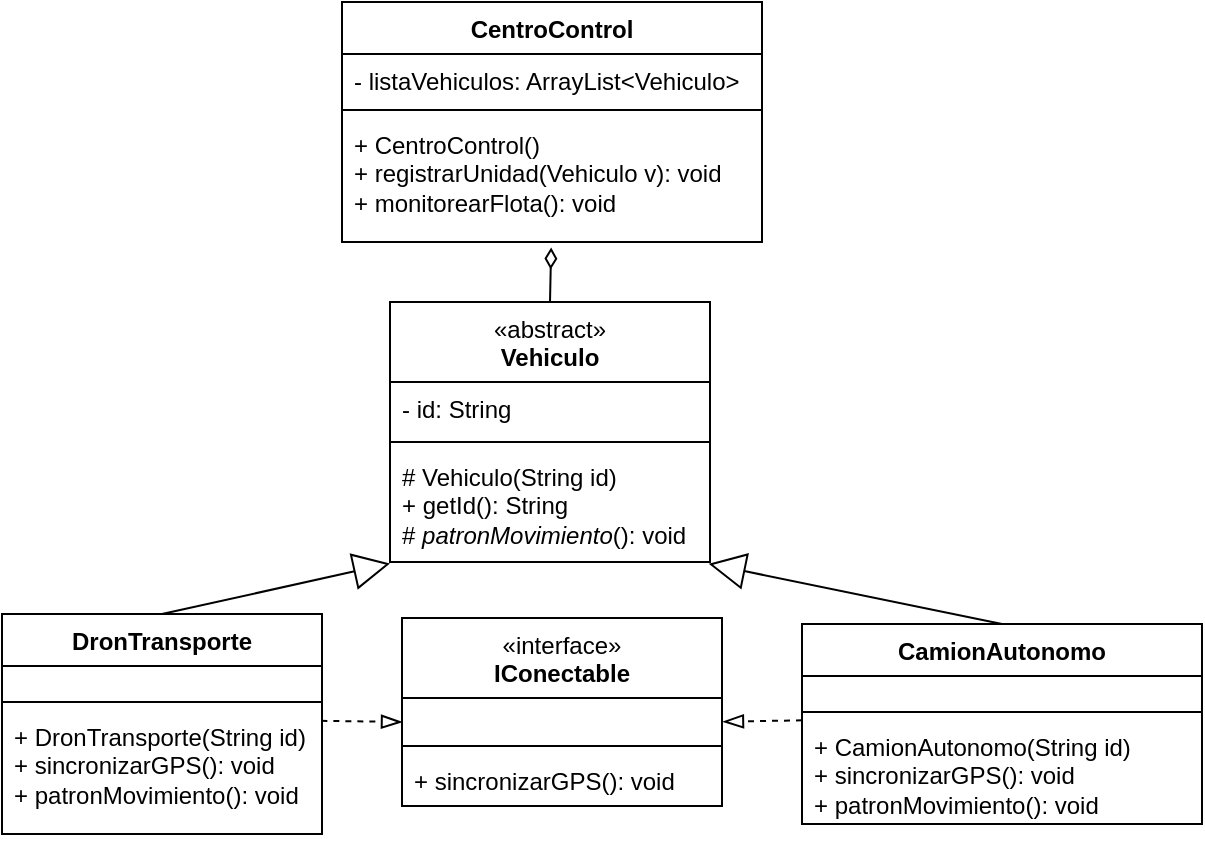
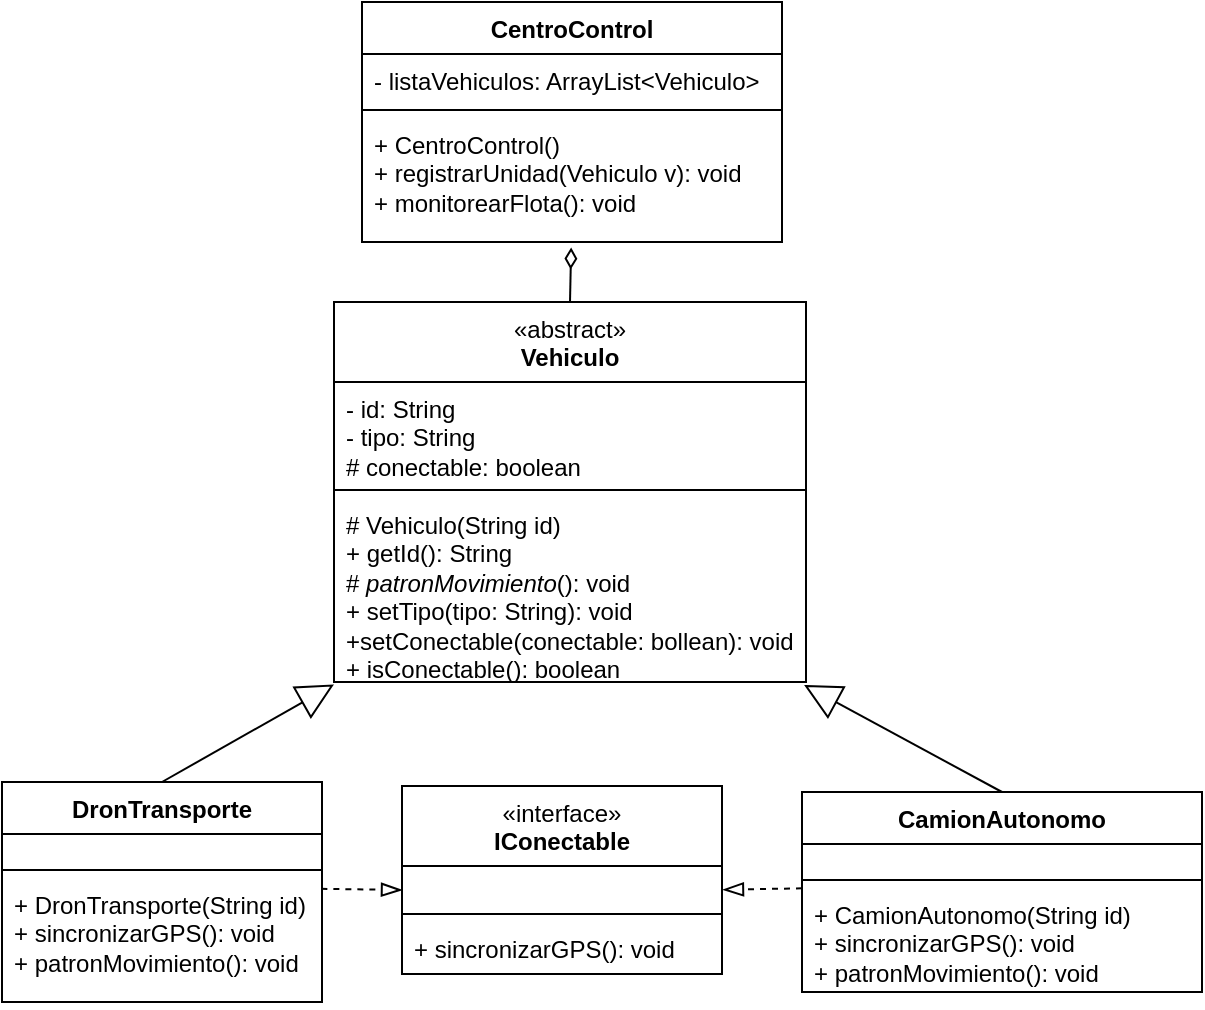
<mxfile host="app.diagrams.net">
  <diagram name="Página-1" id="Gx-6Sk3iEYZY395NJ4nk">
-     <mxGraphModel dx="1209" dy="454" grid="1" gridSize="10" guides="1" tooltips="1" connect="1" arrows="1" fold="1" page="1" pageScale="1" pageWidth="827" pageHeight="1169" math="0" shadow="0">
+     <mxGraphModel dx="852" dy="648" grid="1" gridSize="10" guides="1" tooltips="1" connect="1" arrows="1" fold="1" page="1" pageScale="1" pageWidth="827" pageHeight="1169" math="0" shadow="0">
      <root>
        <mxCell id="0" />
        <mxCell id="1" parent="0" />
        <mxCell id="bkj872Oz4KbGmm8OL5di-1" parent="1" style="swimlane;fontStyle=1;align=center;verticalAlign=top;childLayout=stackLayout;horizontal=1;startSize=40;horizontalStack=0;resizeParent=1;resizeParentMax=0;resizeLast=0;collapsible=1;marginBottom=0;whiteSpace=wrap;html=1;" value="&lt;div&gt;&lt;span style=&quot;font-weight: 400;&quot;&gt;«abstract»&lt;/span&gt;&lt;br style=&quot;font-weight: 400;&quot;&gt;&lt;/div&gt;Vehiculo" vertex="1">
-           <mxGeometry height="130" width="160" x="334" y="180" as="geometry">
+           <mxGeometry height="190" width="236" x="296" y="180" as="geometry">
            <mxRectangle height="40" width="100" x="335" y="170" as="alternateBounds" />
          </mxGeometry>
        </mxCell>
-         <mxCell id="bkj872Oz4KbGmm8OL5di-2" parent="bkj872Oz4KbGmm8OL5di-1" style="text;strokeColor=none;fillColor=none;align=left;verticalAlign=top;spacingLeft=4;spacingRight=4;overflow=hidden;rotatable=0;points=[[0,0.5],[1,0.5]];portConstraint=eastwest;whiteSpace=wrap;html=1;" value="- id: String" vertex="1">
-           <mxGeometry height="26" width="160" y="40" as="geometry" />
+         <mxCell id="bkj872Oz4KbGmm8OL5di-2" parent="bkj872Oz4KbGmm8OL5di-1" style="text;strokeColor=none;fillColor=none;align=left;verticalAlign=top;spacingLeft=4;spacingRight=4;overflow=hidden;rotatable=0;points=[[0,0.5],[1,0.5]];portConstraint=eastwest;whiteSpace=wrap;html=1;" value="- id: String&lt;div&gt;- tipo: String&lt;/div&gt;&lt;div&gt;# conectable: boolean&lt;/div&gt;" vertex="1">
+           <mxGeometry height="50" width="236" y="40" as="geometry" />
        </mxCell>
        <mxCell id="bkj872Oz4KbGmm8OL5di-3" parent="bkj872Oz4KbGmm8OL5di-1" style="line;strokeWidth=1;fillColor=none;align=left;verticalAlign=middle;spacingTop=-1;spacingLeft=3;spacingRight=3;rotatable=0;labelPosition=right;points=[];portConstraint=eastwest;strokeColor=inherit;" value="" vertex="1">
-           <mxGeometry height="8" width="160" y="66" as="geometry" />
+           <mxGeometry height="8" width="236" y="90" as="geometry" />
        </mxCell>
-         <mxCell id="bkj872Oz4KbGmm8OL5di-4" parent="bkj872Oz4KbGmm8OL5di-1" style="text;strokeColor=none;fillColor=none;align=left;verticalAlign=top;spacingLeft=4;spacingRight=4;overflow=hidden;rotatable=0;points=[[0,0.5],[1,0.5]];portConstraint=eastwest;whiteSpace=wrap;html=1;" value="&lt;div&gt;# Vehiculo(String id)&lt;/div&gt;+ getId(): String&lt;div&gt;# &lt;i&gt;patronMovimiento&lt;/i&gt;(): void&lt;/div&gt;" vertex="1">
-           <mxGeometry height="56" width="160" y="74" as="geometry" />
+         <mxCell id="bkj872Oz4KbGmm8OL5di-4" parent="bkj872Oz4KbGmm8OL5di-1" style="text;strokeColor=none;fillColor=none;align=left;verticalAlign=top;spacingLeft=4;spacingRight=4;overflow=hidden;rotatable=0;points=[[0,0.5],[1,0.5]];portConstraint=eastwest;whiteSpace=wrap;html=1;" value="&lt;div&gt;# Vehiculo(String id)&lt;/div&gt;+ getId(): String&lt;div&gt;# &lt;i&gt;patronMovimiento&lt;/i&gt;(): void&lt;/div&gt;&lt;div&gt;+ setTipo(tipo: String): void&lt;/div&gt;&lt;div&gt;+setConectable(conectable: bollean): void&lt;/div&gt;&lt;div&gt;+ isConectable(): boolean&lt;/div&gt;" vertex="1">
+           <mxGeometry height="92" width="236" y="98" as="geometry" />
        </mxCell>
        <mxCell id="bkj872Oz4KbGmm8OL5di-6" parent="1" style="swimlane;fontStyle=1;align=center;verticalAlign=top;childLayout=stackLayout;horizontal=1;startSize=40;horizontalStack=0;resizeParent=1;resizeParentMax=0;resizeLast=0;collapsible=1;marginBottom=0;whiteSpace=wrap;html=1;" value="&lt;span style=&quot;font-weight: 400;&quot;&gt;«interface»&lt;/span&gt;&lt;br style=&quot;font-weight: 400;&quot;&gt;&lt;b&gt;IConectable&lt;/b&gt;" vertex="1">
-           <mxGeometry height="94" width="160" x="340" y="338" as="geometry">
+           <mxGeometry height="94" width="160" x="330" y="422" as="geometry">
            <mxRectangle height="40" width="100" x="340" y="338" as="alternateBounds" />
          </mxGeometry>
        </mxCell>
        <mxCell id="bkj872Oz4KbGmm8OL5di-7" parent="bkj872Oz4KbGmm8OL5di-6" style="text;strokeColor=none;fillColor=none;align=left;verticalAlign=top;spacingLeft=4;spacingRight=4;overflow=hidden;rotatable=0;points=[[0,0.5],[1,0.5]];portConstraint=eastwest;whiteSpace=wrap;html=1;" value="&lt;div&gt;&lt;br&gt;&lt;/div&gt;&lt;div&gt;&lt;br&gt;&lt;/div&gt;" vertex="1">
          <mxGeometry height="20" width="160" y="40" as="geometry" />
        </mxCell>
        <mxCell id="bkj872Oz4KbGmm8OL5di-8" parent="bkj872Oz4KbGmm8OL5di-6" style="line;strokeWidth=1;fillColor=none;align=left;verticalAlign=middle;spacingTop=-1;spacingLeft=3;spacingRight=3;rotatable=0;labelPosition=right;points=[];portConstraint=eastwest;strokeColor=inherit;" value="" vertex="1">
          <mxGeometry height="8" width="160" y="60" as="geometry" />
        </mxCell>
        <mxCell id="bkj872Oz4KbGmm8OL5di-9" parent="bkj872Oz4KbGmm8OL5di-6" style="text;strokeColor=none;fillColor=none;align=left;verticalAlign=top;spacingLeft=4;spacingRight=4;overflow=hidden;rotatable=0;points=[[0,0.5],[1,0.5]];portConstraint=eastwest;whiteSpace=wrap;html=1;" value="+ sincronizarGPS(): void" vertex="1">
          <mxGeometry height="26" width="160" y="68" as="geometry" />
        </mxCell>
        <mxCell id="bkj872Oz4KbGmm8OL5di-11" parent="1" style="swimlane;fontStyle=1;align=center;verticalAlign=top;childLayout=stackLayout;horizontal=1;startSize=26;horizontalStack=0;resizeParent=1;resizeParentMax=0;resizeLast=0;collapsible=1;marginBottom=0;whiteSpace=wrap;html=1;" value="DronTransporte" vertex="1">
-           <mxGeometry height="110" width="160" x="140" y="336" as="geometry" />
+           <mxGeometry height="110" width="160" x="130" y="420" as="geometry" />
        </mxCell>
        <mxCell id="bkj872Oz4KbGmm8OL5di-12" parent="bkj872Oz4KbGmm8OL5di-11" style="text;strokeColor=none;fillColor=none;align=left;verticalAlign=top;spacingLeft=4;spacingRight=4;overflow=hidden;rotatable=0;points=[[0,0.5],[1,0.5]];portConstraint=eastwest;whiteSpace=wrap;html=1;" value="&lt;span style=&quot;color: rgba(0, 0, 0, 0); font-family: monospace; font-size: 0px; white-space: nowrap;&quot;&gt;%3CmxGraphModel%3E%3Croot%3E%3CmxCell%20id%3D%220%22%2F%3E%3CmxCell%20id%3D%221%22%20parent%3D%220%22%2F%3E%3CmxCell%20id%3D%222%22%20parent%3D%221%22%20style%3D%22text%3BstrokeColor%3Dnone%3BfillColor%3Dnone%3Balign%3Dleft%3BverticalAlign%3Dtop%3BspacingLeft%3D4%3BspacingRight%3D4%3Boverflow%3Dhidden%3Brotatable%3D0%3Bpoints%3D%5B%5B0%2C0.5%5D%2C%5B1%2C0.5%5D%5D%3BportConstraint%3Deastwest%3BwhiteSpace%3Dwrap%3Bhtml%3D1%3B%22%20value%3D%22%26lt%3Bdiv%26gt%3B%26lt%3Bbr%26gt%3B%26lt%3B%2Fdiv%26gt%3B%26lt%3Bdiv%26gt%3B%26lt%3Bbr%26gt%3B%26lt%3B%2Fdiv%26gt%3B%22%20vertex%3D%221%22%3E%3CmxGeometry%20height%3D%2220%22%20width%3D%22160%22%20x%3D%22340%22%20y%3D%22378%22%20as%3D%22geometry%22%2F%3E%3C%2FmxCell%3E%3C%2Froot%3E%3C%2FmxGraphModel%3E&lt;/span&gt;&lt;div&gt;&lt;span style=&quot;color: rgba(0, 0, 0, 0); font-family: monospace; font-size: 0px; white-space: nowrap;&quot;&gt;&lt;br&gt;&lt;/span&gt;&lt;/div&gt;" vertex="1">
          <mxGeometry height="14" width="160" y="26" as="geometry" />
        </mxCell>
        <mxCell id="bkj872Oz4KbGmm8OL5di-13" parent="bkj872Oz4KbGmm8OL5di-11" style="line;strokeWidth=1;fillColor=none;align=left;verticalAlign=middle;spacingTop=-1;spacingLeft=3;spacingRight=3;rotatable=0;labelPosition=right;points=[];portConstraint=eastwest;strokeColor=inherit;" value="" vertex="1">
          <mxGeometry height="8" width="160" y="40" as="geometry" />
        </mxCell>
        <mxCell id="bkj872Oz4KbGmm8OL5di-14" parent="bkj872Oz4KbGmm8OL5di-11" style="text;strokeColor=none;fillColor=none;align=left;verticalAlign=top;spacingLeft=4;spacingRight=4;overflow=hidden;rotatable=0;points=[[0,0.5],[1,0.5]];portConstraint=eastwest;whiteSpace=wrap;html=1;" value="+ DronTransporte(String id)&lt;div&gt;&lt;div&gt;+ sincronizarGPS(): void&lt;/div&gt;&lt;/div&gt;&lt;div&gt;+&amp;nbsp;patronMovimiento(): void&lt;/div&gt;" vertex="1">
          <mxGeometry height="62" width="160" y="48" as="geometry" />
        </mxCell>
        <mxCell id="bkj872Oz4KbGmm8OL5di-16" edge="1" parent="1" source="bkj872Oz4KbGmm8OL5di-11" style="endArrow=block;endSize=16;endFill=0;html=1;rounded=0;entryX=0;entryY=1.013;entryDx=0;entryDy=0;entryPerimeter=0;exitX=0.5;exitY=0;exitDx=0;exitDy=0;" target="bkj872Oz4KbGmm8OL5di-4" value="">
          <mxGeometry relative="1" width="160" as="geometry">
            <mxPoint x="330" y="360" as="sourcePoint" />
            <mxPoint x="490" y="360" as="targetPoint" />
          </mxGeometry>
        </mxCell>
        <mxCell id="y_XMCYgOpmnqqYBFIQhc-5" parent="1" style="swimlane;fontStyle=1;align=center;verticalAlign=top;childLayout=stackLayout;horizontal=1;startSize=26;horizontalStack=0;resizeParent=1;resizeParentMax=0;resizeLast=0;collapsible=1;marginBottom=0;whiteSpace=wrap;html=1;" value="CentroControl" vertex="1">
          <mxGeometry height="120" width="210" x="310" y="30" as="geometry" />
        </mxCell>
        <mxCell id="y_XMCYgOpmnqqYBFIQhc-6" parent="y_XMCYgOpmnqqYBFIQhc-5" style="text;strokeColor=none;fillColor=none;align=left;verticalAlign=top;spacingLeft=4;spacingRight=4;overflow=hidden;rotatable=0;points=[[0,0.5],[1,0.5]];portConstraint=eastwest;whiteSpace=wrap;html=1;" value="- listaVehiculos: ArrayList&amp;lt;Vehiculo&amp;gt;" vertex="1">
          <mxGeometry height="24" width="210" y="26" as="geometry" />
        </mxCell>
        <mxCell id="y_XMCYgOpmnqqYBFIQhc-7" parent="y_XMCYgOpmnqqYBFIQhc-5" style="line;strokeWidth=1;fillColor=none;align=left;verticalAlign=middle;spacingTop=-1;spacingLeft=3;spacingRight=3;rotatable=0;labelPosition=right;points=[];portConstraint=eastwest;strokeColor=inherit;" value="" vertex="1">
          <mxGeometry height="8" width="210" y="50" as="geometry" />
        </mxCell>
        <mxCell id="y_XMCYgOpmnqqYBFIQhc-8" parent="y_XMCYgOpmnqqYBFIQhc-5" style="text;strokeColor=none;fillColor=none;align=left;verticalAlign=top;spacingLeft=4;spacingRight=4;overflow=hidden;rotatable=0;points=[[0,0.5],[1,0.5]];portConstraint=eastwest;whiteSpace=wrap;html=1;" value="&lt;div&gt;+ CentroControl()&lt;/div&gt;+ registrarUnidad(Vehiculo v): void&lt;div&gt;+ monitorearFlota(): void&lt;/div&gt;" vertex="1">
          <mxGeometry height="62" width="210" y="58" as="geometry" />
        </mxCell>
        <mxCell id="y_XMCYgOpmnqqYBFIQhc-15" edge="1" parent="1" source="y_XMCYgOpmnqqYBFIQhc-8" style="endArrow=none;startArrow=diamondThin;endFill=0;startFill=0;html=1;verticalAlign=bottom;labelBackgroundColor=none;strokeWidth=1;startSize=8;endSize=8;rounded=0;entryX=0.5;entryY=0;entryDx=0;entryDy=0;exitX=0.498;exitY=1.045;exitDx=0;exitDy=0;exitPerimeter=0;" target="bkj872Oz4KbGmm8OL5di-1" value="">
          <mxGeometry relative="1" width="160" as="geometry">
            <mxPoint x="535" y="170" as="sourcePoint" />
            <mxPoint x="755" y="200" as="targetPoint" />
          </mxGeometry>
        </mxCell>
        <mxCell id="y_XMCYgOpmnqqYBFIQhc-27" parent="1" style="swimlane;fontStyle=1;align=center;verticalAlign=top;childLayout=stackLayout;horizontal=1;startSize=26;horizontalStack=0;resizeParent=1;resizeParentMax=0;resizeLast=0;collapsible=1;marginBottom=0;whiteSpace=wrap;html=1;" value="CamionAutonomo" vertex="1">
-           <mxGeometry height="100" width="200" x="540" y="341" as="geometry" />
+           <mxGeometry height="100" width="200" x="530" y="425" as="geometry" />
        </mxCell>
        <mxCell id="y_XMCYgOpmnqqYBFIQhc-28" parent="y_XMCYgOpmnqqYBFIQhc-27" style="text;strokeColor=none;fillColor=none;align=left;verticalAlign=top;spacingLeft=4;spacingRight=4;overflow=hidden;rotatable=0;points=[[0,0.5],[1,0.5]];portConstraint=eastwest;whiteSpace=wrap;html=1;" value="&lt;span style=&quot;color: rgba(0, 0, 0, 0); font-family: monospace; font-size: 0px; white-space: nowrap;&quot;&gt;%3CmxGraphModel%3E%3Croot%3E%3CmxCell%20id%3D%220%22%2F%3E%3CmxCell%20id%3D%221%22%20parent%3D%220%22%2F%3E%3CmxCell%20id%3D%222%22%20parent%3D%221%22%20style%3D%22text%3BstrokeColor%3Dnone%3BfillColor%3Dnone%3Balign%3Dleft%3BverticalAlign%3Dtop%3BspacingLeft%3D4%3BspacingRight%3D4%3Boverflow%3Dhidden%3Brotatable%3D0%3Bpoints%3D%5B%5B0%2C0.5%5D%2C%5B1%2C0.5%5D%5D%3BportConstraint%3Deastwest%3BwhiteSpace%3Dwrap%3Bhtml%3D1%3B%22%20value%3D%22%26lt%3Bdiv%26gt%3B%26lt%3Bbr%26gt%3B%26lt%3B%2Fdiv%26gt%3B%26lt%3Bdiv%26gt%3B%26lt%3Bbr%26gt%3B%26lt%3B%2Fdiv%26gt%3B%22%20vertex%3D%221%22%3E%3CmxGeometry%20height%3D%2220%22%20width%3D%22160%22%20x%3D%22340%22%20y%3D%22378%22%20as%3D%22geometry%22%2F%3E%3C%2FmxCell%3E%3C%2Froot%3E%3C%2FmxGraphModel%3E&lt;/span&gt;" vertex="1">
          <mxGeometry height="14" width="200" y="26" as="geometry" />
        </mxCell>
        <mxCell id="y_XMCYgOpmnqqYBFIQhc-29" parent="y_XMCYgOpmnqqYBFIQhc-27" style="line;strokeWidth=1;fillColor=none;align=left;verticalAlign=middle;spacingTop=-1;spacingLeft=3;spacingRight=3;rotatable=0;labelPosition=right;points=[];portConstraint=eastwest;strokeColor=inherit;" value="" vertex="1">
          <mxGeometry height="8" width="200" y="40" as="geometry" />
        </mxCell>
        <mxCell id="y_XMCYgOpmnqqYBFIQhc-30" parent="y_XMCYgOpmnqqYBFIQhc-27" style="text;strokeColor=none;fillColor=none;align=left;verticalAlign=top;spacingLeft=4;spacingRight=4;overflow=hidden;rotatable=0;points=[[0,0.5],[1,0.5]];portConstraint=eastwest;whiteSpace=wrap;html=1;" value="+ CamionAutonomo(String id)&lt;div&gt;&lt;span style=&quot;background-color: transparent; color: light-dark(rgb(0, 0, 0), rgb(255, 255, 255));&quot;&gt;+ sincronizarGPS(): void&lt;/span&gt;&lt;/div&gt;&lt;div&gt;+&amp;nbsp;patronMovimiento(): void&lt;span style=&quot;background-color: transparent; color: light-dark(rgb(0, 0, 0), rgb(255, 255, 255));&quot;&gt;&lt;/span&gt;&lt;/div&gt;" vertex="1">
          <mxGeometry height="52" width="200" y="48" as="geometry" />
        </mxCell>
        <mxCell id="y_XMCYgOpmnqqYBFIQhc-31" edge="1" parent="1" source="y_XMCYgOpmnqqYBFIQhc-27" style="endArrow=block;endSize=16;endFill=0;html=1;rounded=0;entryX=0.996;entryY=1.016;entryDx=0;entryDy=0;entryPerimeter=0;exitX=0.5;exitY=0;exitDx=0;exitDy=0;" target="bkj872Oz4KbGmm8OL5di-4" value="">
          <mxGeometry relative="1" width="160" as="geometry">
            <mxPoint x="310" y="349" as="sourcePoint" />
            <mxPoint x="350" y="310" as="targetPoint" />
          </mxGeometry>
        </mxCell>
        <mxCell id="y_XMCYgOpmnqqYBFIQhc-38" edge="1" parent="1" source="bkj872Oz4KbGmm8OL5di-14" style="html=1;verticalAlign=bottom;labelBackgroundColor=none;endArrow=blockThin;endFill=0;endSize=8;rounded=0;entryX=0;entryY=0.6;entryDx=0;entryDy=0;entryPerimeter=0;dashed=1;exitX=0.998;exitY=0.087;exitDx=0;exitDy=0;exitPerimeter=0;" target="bkj872Oz4KbGmm8OL5di-7" value="">
          <mxGeometry relative="1" width="160" as="geometry">
-             <mxPoint x="310" y="390" as="sourcePoint" />
-             <mxPoint x="480" y="418.74" as="targetPoint" />
+             <mxPoint x="300" y="474" as="sourcePoint" />
+             <mxPoint x="470" y="502.74" as="targetPoint" />
          </mxGeometry>
        </mxCell>
        <mxCell id="y_XMCYgOpmnqqYBFIQhc-41" edge="1" parent="1" source="y_XMCYgOpmnqqYBFIQhc-30" style="html=1;verticalAlign=bottom;labelBackgroundColor=none;endArrow=blockThin;endFill=0;endSize=8;rounded=0;dashed=1;exitX=0;exitY=0.003;exitDx=0;exitDy=0;entryX=1.003;entryY=0.593;entryDx=0;entryDy=0;entryPerimeter=0;exitPerimeter=0;" target="bkj872Oz4KbGmm8OL5di-7" value="">
          <mxGeometry relative="1" width="160" as="geometry">
-             <mxPoint x="320" y="420" as="sourcePoint" />
-             <mxPoint x="510" y="380" as="targetPoint" />
+             <mxPoint x="310" y="504" as="sourcePoint" />
+             <mxPoint x="500" y="464" as="targetPoint" />
          </mxGeometry>
        </mxCell>
      </root>
    </mxGraphModel>
  </diagram>
</mxfile>
